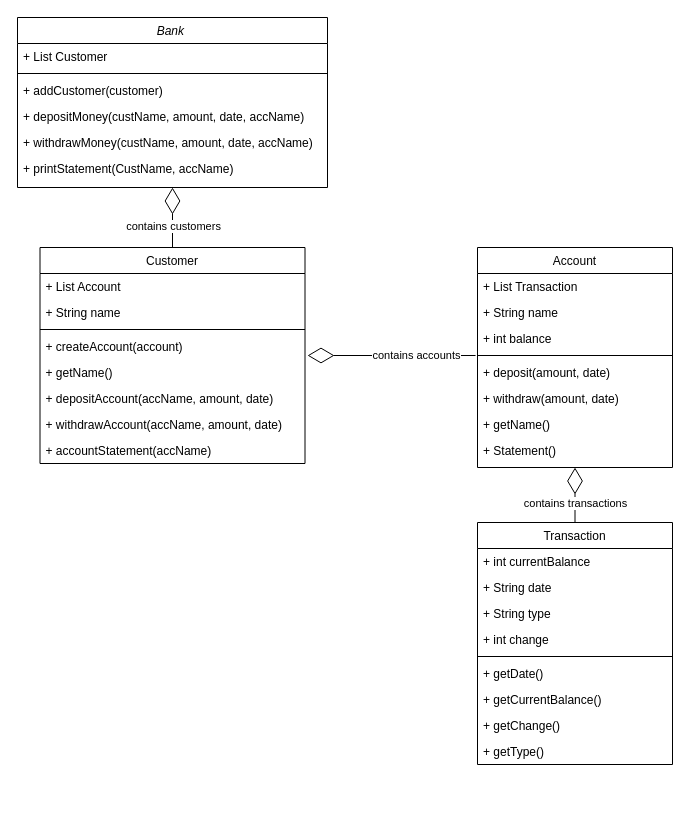
Above: BankChallengeClassDiagram.drawio in boolean-uk/csharp-tdd-oop-bank-challenge (draw.io), before the change. Source tidied: cells renumbered, new cells numbered last; positions are measured from the earlier drawing's top-left corner, leaving out a move shared by most shapes. Both pictures are drawn from the tidied source at 100%, with x=0, y=0 at pixel (17, 17).
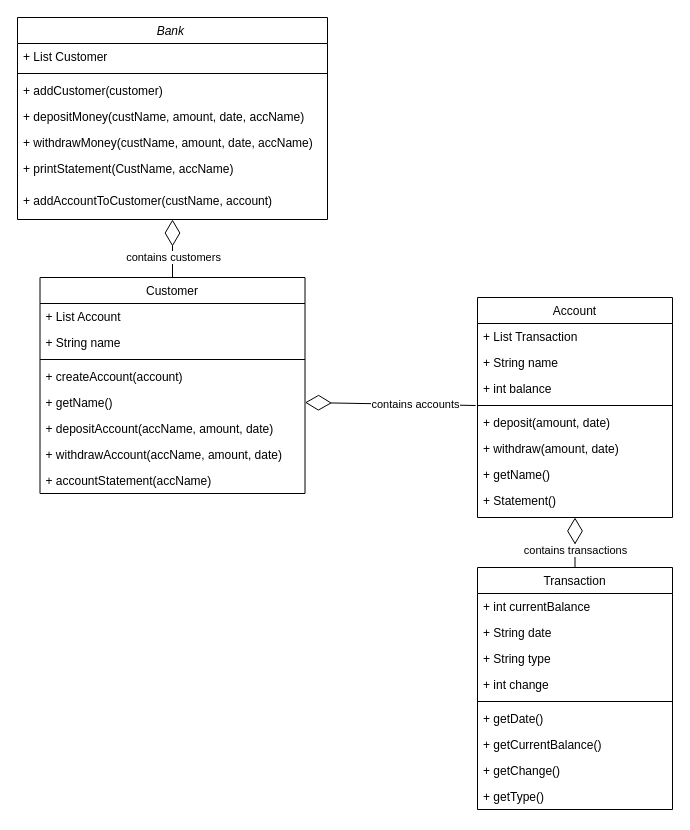
The same page after the edit.

Commit message (it also covers changes not shown here):
Print account test

The change refers to these unchanged cells:
```xml
<mxCell id="14" value="+ getName()" style="text;align=left;verticalAlign=top;spacingLeft=4;spacingRight=4;overflow=hidden;points=[[0,0.5],[1,0.5]];portConstraint=eastwest;" parent="9" vertex="1">
  <mxGeometry y="112" width="265" height="26" as="geometry" />
</mxCell>
<mxCell id="25" value="+ deposit(amount, date)" style="text;align=left;verticalAlign=top;spacingLeft=4;spacingRight=4;overflow=hidden;points=[[0,0.5],[1,0.5]];portConstraint=eastwest;" parent="20" vertex="1">
  <mxGeometry y="112" width="195" height="26" as="geometry" />
</mxCell>
```

The edit, as a diff of the source:
```diff
@@
     <mxCell id="2" value="Bank " style="swimlane;fontStyle=2;align=center;verticalAlign=top;horizontal=1;startSize=26;rounded=0;shadow=0;strokeWidth=1;" parent="1" vertex="1">
-      <mxGeometry width="310" height="170" as="geometry" />
+      <mxGeometry width="310" height="202" as="geometry" />
     </mxCell>
@@
+    <mxCell id="43" value="+ printStatement(CustName, accName)" style="text;align=left;verticalAlign=top;spacingLeft=4;spacingRight=4;overflow=hidden;" parent="2" vertex="1">
+      <mxGeometry y="138" width="310" height="32" as="geometry" />
+    </mxCell>
-    <mxCell id="8" value="+ printStatement(CustName, accName)" style="text;align=left;verticalAlign=top;spacingLeft=4;spacingRight=4;overflow=hidden;" parent="2" vertex="1">
-      <mxGeometry y="138" width="310" height="32" as="geometry" />
+    <mxCell id="8" value="+ addAccountToCustomer(custName, account)" style="text;align=left;verticalAlign=top;spacingLeft=4;spacingRight=4;overflow=hidden;" parent="2" vertex="1">
+      <mxGeometry y="170" width="310" height="32" as="geometry" />
     </mxCell>
     <mxCell id="9" value="Customer" style="swimlane;fontStyle=0;align=center;verticalAlign=top;horizontal=1;startSize=26;rounded=0;shadow=0;strokeWidth=1;" parent="1" vertex="1">
-      <mxGeometry x="22.5" y="230" width="265" height="216" as="geometry" />
+      <mxGeometry x="22.5" y="260" width="265" height="216" as="geometry" />
     </mxCell>
@@
     <mxCell id="20" value="Account" style="swimlane;fontStyle=0;align=center;verticalAlign=top;horizontal=1;startSize=26;rounded=0;shadow=0;strokeWidth=1;" parent="1" vertex="1">
-      <mxGeometry x="460" y="230" width="195" height="220" as="geometry" />
+      <mxGeometry x="460" y="280" width="195" height="220" as="geometry" />
     </mxCell>
@@
-    <mxCell id="29" style="endArrow=diamondThin;endFill=0;endSize=24;html=1;rounded=0;exitX=-0.01;exitY=-0.154;exitDx=0;exitDy=0;exitPerimeter=0;" parent="1" edge="1" source="25">
-      <mxGeometry relative="1" as="geometry">
-        <mxPoint x="290" y="338" as="targetPoint" />
-      </mxGeometry>
+    <mxCell id="29" style="endArrow=diamondThin;endFill=0;endSize=24;html=1;rounded=0;exitX=-0.01;exitY=-0.154;exitDx=0;exitDy=0;exitPerimeter=0;entryX=1;entryY=0.5;entryDx=0;entryDy=0;" parent="1" edge="1" source="25" target="14">
+      <mxGeometry relative="1" as="geometry" />
     </mxCell>
@@
     <mxCell id="31" value="Transaction" style="swimlane;fontStyle=0;align=center;verticalAlign=top;horizontal=1;startSize=26;rounded=0;shadow=0;strokeWidth=1;" parent="1" vertex="1">
-      <mxGeometry x="460" y="505" width="195" height="242" as="geometry" />
+      <mxGeometry x="460" y="550" width="195" height="242" as="geometry" />
     </mxCell>
```
